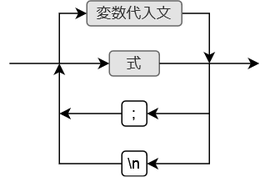
This is SyntaxDiagram/プログラム.png from nkue-yst/Visually, a draw.io export, as it was before one commit. Source tidied: cells renumbered, new cells last; positions are measured from the earlier drawing's top-left corner, leaving out a move shared by most shapes.
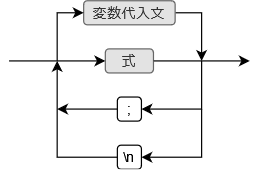
Later version of the same file.

What changed in the source:
```diff
@@ -5,65 +5,65 @@
     <mxCell id="2" value="式" style="rounded=1;whiteSpace=wrap;html=1;fillColor=#E3E3E3;strokeColor=#666666;fontColor=#333333;gradientColor=none;" parent="1" vertex="1">
       <mxGeometry x="80" y="40" width="40" height="20" as="geometry" />
     </mxCell>
-    <mxCell id="3" style="endArrow=classic;html=1;rounded=0;entryX=0;entryY=0.5;entryDx=0;entryDy=0;" parent="1" edge="1" target="2">
-      <mxGeometry relative="1" as="geometry">
-        <mxPoint y="50" as="sourcePoint" />
-      </mxGeometry>
-    </mxCell>
-    <mxCell id="4" style="edgeStyle=orthogonalEdgeStyle;rounded=0;jettySize=auto;html=1;exitX=1;exitY=0.5;exitDx=0;exitDy=0;" parent="1" edge="1" source="2">
-      <mxGeometry relative="1" as="geometry">
-        <mxPoint x="200" y="50" as="targetPoint" />
-      </mxGeometry>
-    </mxCell>
-    <mxCell id="5" style="edgeStyle=orthogonalEdgeStyle;rounded=0;jettySize=auto;html=1;" parent="1" edge="1" source="6">
-      <mxGeometry relative="1" as="geometry">
-        <mxPoint x="40" y="90" as="targetPoint" />
-      </mxGeometry>
-    </mxCell>
+    <mxCell id="14" style="endArrow=classic;html=1;rounded=0;entryX=0;entryY=0.5;entryDx=0;entryDy=0;" parent="1" edge="1" target="2">
+      <mxGeometry relative="1" as="geometry">
+        <mxPoint y="50" as="sourcePoint" />
+      </mxGeometry>
+    </mxCell>
+    <mxCell id="15" style="edgeStyle=orthogonalEdgeStyle;rounded=0;jettySize=auto;html=1;exitX=1;exitY=0.5;exitDx=0;exitDy=0;" parent="1" edge="1" source="2">
+      <mxGeometry relative="1" as="geometry">
+        <mxPoint x="200" y="50" as="targetPoint" />
+      </mxGeometry>
+    </mxCell>
+    <mxCell id="16" style="edgeStyle=orthogonalEdgeStyle;rounded=0;jettySize=auto;html=1;" parent="1" edge="1" source="6">
+      <mxGeometry relative="1" as="geometry">
+        <mxPoint x="40" y="90" as="targetPoint" />
+      </mxGeometry>
+    </mxCell>
     <mxCell id="6" value=";" style="rounded=1;whiteSpace=wrap;html=1;" parent="1" vertex="1">
       <mxGeometry x="90" y="80" width="20" height="20" as="geometry" />
     </mxCell>
-    <mxCell id="7" style="endArrow=classic;html=1;rounded=0;entryX=1;entryY=0.5;entryDx=0;entryDy=0;" parent="1" edge="1" target="6">
-      <mxGeometry relative="1" as="geometry">
-        <mxPoint x="160" y="50" as="sourcePoint" />
-        <Array as="points">
-          <mxPoint x="160" y="90" />
-        </Array>
-      </mxGeometry>
-    </mxCell>
+    <mxCell id="17" style="endArrow=classic;html=1;rounded=0;entryX=1;entryY=0.5;entryDx=0;entryDy=0;" parent="1" edge="1" target="6">
+      <mxGeometry relative="1" as="geometry">
+        <mxPoint x="160" y="50" as="sourcePoint" />
+        <Array as="points">
+          <mxPoint x="160" y="90" />
+        </Array>
+      </mxGeometry>
+    </mxCell>
     <mxCell id="8" value="&lt;div&gt;\n&lt;/div&gt;" style="rounded=1;whiteSpace=wrap;html=1;" parent="1" vertex="1">
       <mxGeometry x="90" y="120" width="20" height="20" as="geometry" />
     </mxCell>
-    <mxCell id="9" style="endArrow=classic;html=1;rounded=0;entryX=1;entryY=0.5;entryDx=0;entryDy=0;" parent="1" edge="1">
-      <mxGeometry relative="1" as="geometry">
-        <mxPoint x="160" y="90" as="sourcePoint" />
-        <mxPoint x="110" y="130" as="targetPoint" />
-        <Array as="points">
-          <mxPoint x="160" y="130" />
-        </Array>
-      </mxGeometry>
-    </mxCell>
-    <mxCell id="10" style="edgeStyle=orthogonalEdgeStyle;rounded=0;orthogonalLoop=1;jettySize=auto;html=1;" parent="1" edge="1">
-      <mxGeometry relative="1" as="geometry">
-        <mxPoint x="90" y="130" as="sourcePoint" />
-        <mxPoint x="40" y="50" as="targetPoint" />
-      </mxGeometry>
-    </mxCell>
-    <mxCell id="11" style="edgeStyle=orthogonalEdgeStyle;rounded=0;jettySize=auto;html=1;" parent="1" edge="1" source="12">
-      <mxGeometry relative="1" as="geometry">
-        <mxPoint x="160" y="50" as="targetPoint" />
-      </mxGeometry>
-    </mxCell>
+    <mxCell id="18" style="endArrow=classic;html=1;rounded=0;entryX=1;entryY=0.5;entryDx=0;entryDy=0;" parent="1" edge="1">
+      <mxGeometry relative="1" as="geometry">
+        <mxPoint x="160" y="90" as="sourcePoint" />
+        <mxPoint x="110" y="130" as="targetPoint" />
+        <Array as="points">
+          <mxPoint x="160" y="130" />
+        </Array>
+      </mxGeometry>
+    </mxCell>
+    <mxCell id="19" style="edgeStyle=orthogonalEdgeStyle;rounded=0;orthogonalLoop=1;jettySize=auto;html=1;" parent="1" edge="1">
+      <mxGeometry relative="1" as="geometry">
+        <mxPoint x="90" y="130" as="sourcePoint" />
+        <mxPoint x="40" y="50" as="targetPoint" />
+      </mxGeometry>
+    </mxCell>
+    <mxCell id="20" style="edgeStyle=orthogonalEdgeStyle;rounded=0;jettySize=auto;html=1;" parent="1" edge="1" source="12">
+      <mxGeometry relative="1" as="geometry">
+        <mxPoint x="160" y="50" as="targetPoint" />
+      </mxGeometry>
+    </mxCell>
     <mxCell id="12" value="変数代入文" style="rounded=1;whiteSpace=wrap;html=1;fillColor=#E3E3E3;strokeColor=#666666;fontColor=#333333;gradientColor=none;" parent="1" vertex="1">
       <mxGeometry x="62" width="76" height="20" as="geometry" />
     </mxCell>
-    <mxCell id="13" style="endArrow=classic;html=1;rounded=0;entryX=0;entryY=0.5;entryDx=0;entryDy=0;" parent="1" edge="1" target="12">
-      <mxGeometry relative="1" as="geometry">
-        <mxPoint x="40" y="50" as="sourcePoint" />
-        <Array as="points">
-          <mxPoint x="40" y="10" />
-        </Array>
-      </mxGeometry>
-    </mxCell>
+    <mxCell id="21" style="endArrow=classic;html=1;rounded=0;entryX=0;entryY=0.5;entryDx=0;entryDy=0;" parent="1" edge="1" target="12">
+      <mxGeometry relative="1" as="geometry">
+        <mxPoint x="40" y="50" as="sourcePoint" />
+        <Array as="points">
+          <mxPoint x="40" y="10" />
+        </Array>
+      </mxGeometry>
+    </mxCell>
   </root>
 </mxGraphModel>
```
